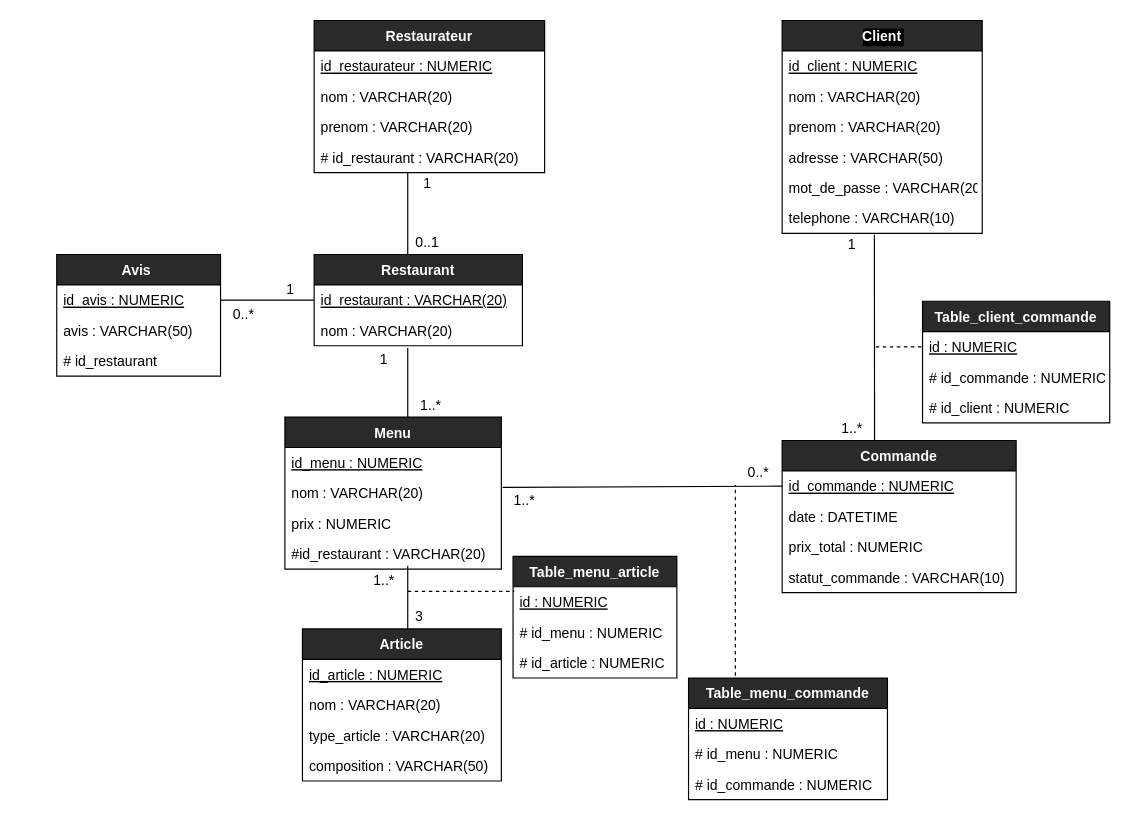
Earlier version of the draw.io diagram diagrammes/diagramme_base_de_donnees.drawio (TheAIWizard/Ensaeats). Source tidied: cells renumbered, new cells numbered last; positions are measured from the earlier drawing's top-left corner, leaving out a move shared by most shapes. Both pictures are drawn from the tidied source at 117%, with x=0, y=0 at pixel (56, 20).
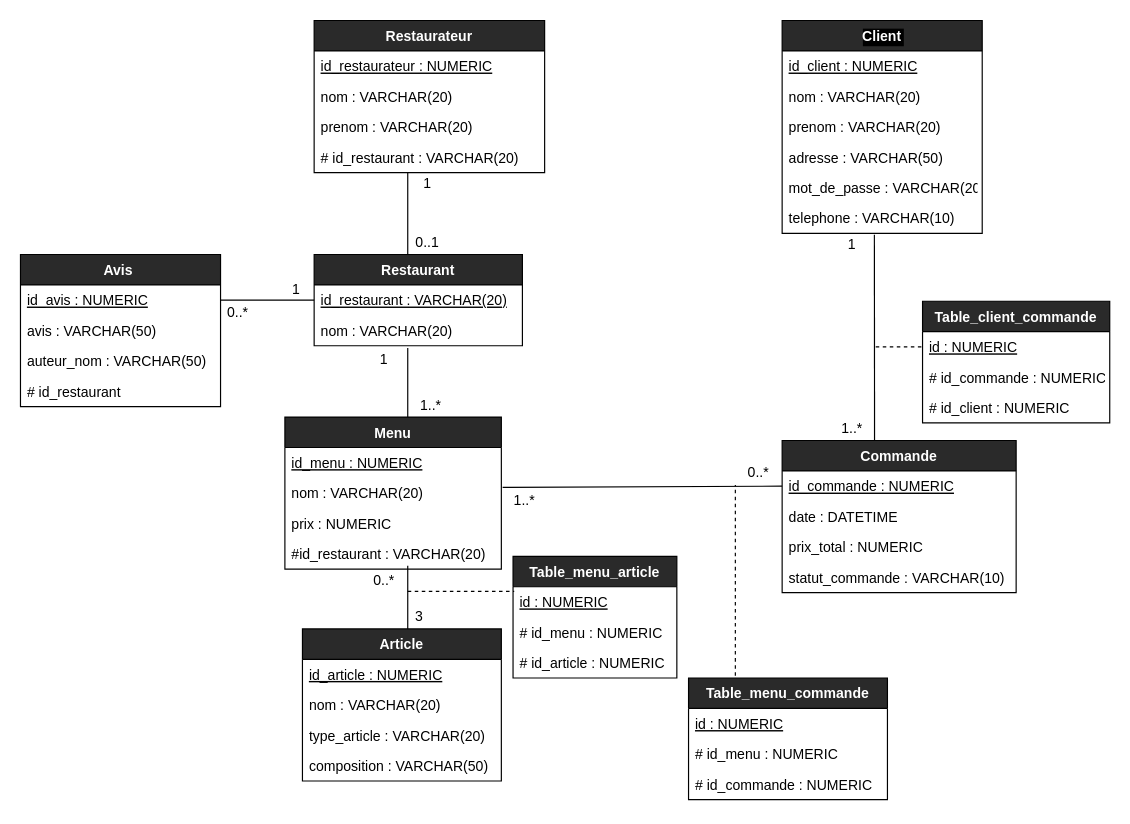
Above is the later version.

What changed in the source:
```diff
@@
-    <mxCell id="31" value="&lt;font color=&quot;#000000&quot;&gt;1..*&lt;/font&gt;" style="text;html=1;strokeColor=none;fillColor=none;align=center;verticalAlign=middle;whiteSpace=wrap;rounded=0;shadow=0;glass=0;sketch=0;" parent="1" vertex="1">
+    <mxCell id="31" value="&lt;font color=&quot;#000000&quot;&gt;0..*&lt;/font&gt;" style="text;html=1;strokeColor=none;fillColor=none;align=center;verticalAlign=middle;whiteSpace=wrap;rounded=0;shadow=0;glass=0;sketch=0;" parent="1" vertex="1">
       <mxGeometry x="260" y="469" width="40" height="20" as="geometry" />
     </mxCell>
@@
     <mxCell id="64" value="Avis " style="swimlane;fontStyle=1;horizontal=1;startSize=26;rounded=0;shadow=0;glass=0;sketch=0;fillColor=#2a2a2a;fontColor=#FFFFFF;" parent="1" vertex="1">
-      <mxGeometry y="200" width="140" height="104" as="geometry" />
+      <mxGeometry x="-31" y="200" width="171" height="130" as="geometry" />
     </mxCell>
     <mxCell id="65" value="id_avis : NUMERIC" style="text;strokeColor=none;fillColor=none;align=left;verticalAlign=top;spacingLeft=4;spacingRight=4;overflow=hidden;points=[[0,0.5],[1,0.5]];portConstraint=eastwest;fontStyle=4;fontColor=#000000;" parent="64" vertex="1">
-      <mxGeometry y="26" width="140" height="26" as="geometry" />
+      <mxGeometry y="26" width="171" height="26" as="geometry" />
     </mxCell>
     <mxCell id="66" value="avis : VARCHAR(50)" style="text;strokeColor=none;fillColor=none;align=left;verticalAlign=top;spacingLeft=4;spacingRight=4;overflow=hidden;fontColor=#000000;" parent="64" vertex="1">
-      <mxGeometry y="52" width="140" height="26" as="geometry" />
+      <mxGeometry y="52" width="171" height="26" as="geometry" />
     </mxCell>
+    <mxCell id="71" value="auteur_nom : VARCHAR(50)" style="text;strokeColor=none;fillColor=none;align=left;verticalAlign=top;spacingLeft=4;spacingRight=4;overflow=hidden;fontColor=#000000;" parent="64" vertex="1">
+      <mxGeometry y="78" width="171" height="26" as="geometry" />
+    </mxCell>
     <mxCell id="67" value="# id_restaurant" style="text;strokeColor=none;fillColor=none;align=left;verticalAlign=top;spacingLeft=4;spacingRight=4;overflow=hidden;rounded=0;shadow=0;glass=0;sketch=0;fontColor=#000000;" parent="64" vertex="1">
-      <mxGeometry y="78" width="140" height="26" as="geometry" />
+      <mxGeometry y="104" width="171" height="26" as="geometry" />
     </mxCell>
@@
     <mxCell id="69" value="&lt;font color=&quot;#000000&quot;&gt;0..*&lt;/font&gt;" style="text;html=1;strokeColor=none;fillColor=none;align=center;verticalAlign=middle;whiteSpace=wrap;rounded=0;shadow=0;glass=0;sketch=0;" parent="1" vertex="1">
-      <mxGeometry x="140" y="242" width="40" height="20" as="geometry" />
+      <mxGeometry x="135" y="240" width="40" height="20" as="geometry" />
     </mxCell>
     <mxCell id="70" value="&lt;font color=&quot;#000000&quot;&gt;1&lt;/font&gt;" style="text;html=1;strokeColor=none;fillColor=none;align=center;verticalAlign=middle;whiteSpace=wrap;rounded=0;shadow=0;glass=0;sketch=0;" parent="1" vertex="1">
-      <mxGeometry x="180" y="220" width="40" height="20" as="geometry" />
+      <mxGeometry x="185" y="220" width="40" height="20" as="geometry" />
     </mxCell>
```
